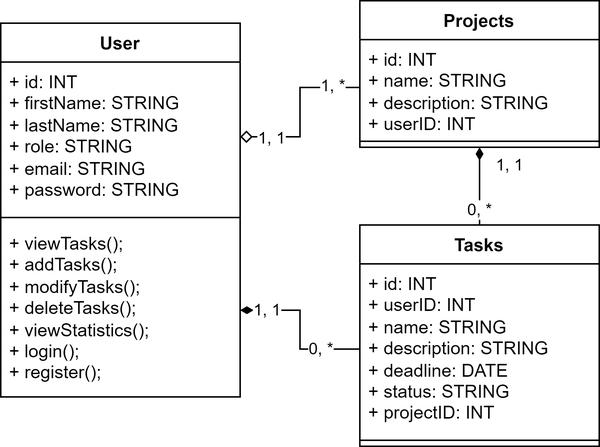
The draw.io diagram UML/diagramClass.png in SoufianeAbo/trelloware, before a commit. Source tidied: cells renumbered, new cells last; positions are measured from the earlier drawing's top-left corner, leaving out a move shared by most shapes.
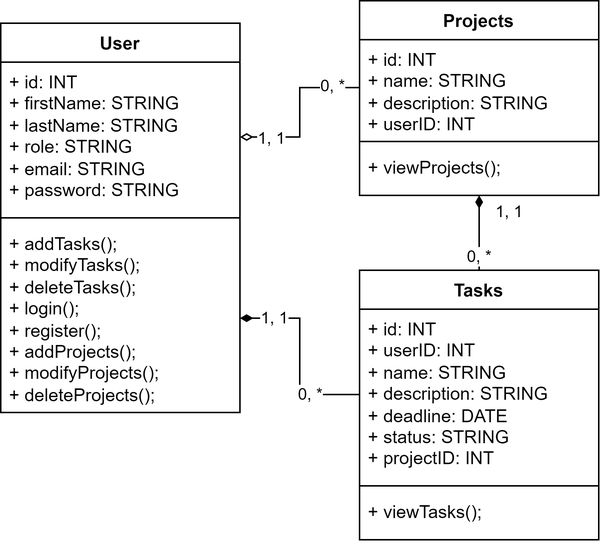
The same diagram one commit later.

Commit message:
update diagram of class, again

Diff of the diagram source:
```diff
@@ -3,7 +3,7 @@
     <mxCell id="0" />
     <mxCell id="1" parent="0" />
     <mxCell id="2" value="User" style="swimlane;fontStyle=1;align=center;verticalAlign=top;horizontal=1;startSize=26;whiteSpace=wrap;html=1;" parent="1" vertex="1">
-      <mxGeometry y="15" width="160" height="250" as="geometry" />
+      <mxGeometry y="15" width="160" height="260" as="geometry" />
     </mxCell>
     <mxCell id="3" value="+ id: INT&lt;br&gt;+ firstName: STRING&lt;br&gt;+ lastName: STRING&lt;br&gt;+ role: STRING&lt;br&gt;+ email: STRING&lt;br&gt;+ password: STRING" style="text;strokeColor=none;fillColor=none;align=left;verticalAlign=top;spacingLeft=4;spacingRight=4;overflow=hidden;points=[[0,0.5],[1,0.5]];portConstraint=eastwest;whiteSpace=wrap;html=1;" parent="2" vertex="1">
       <mxGeometry y="26" width="160" height="100" as="geometry" />
@@ -11,11 +11,11 @@
     <mxCell id="4" style="line;strokeWidth=1;fillColor=none;align=left;verticalAlign=middle;spacingTop=-1;spacingLeft=3;spacingRight=3;labelPosition=right;strokeColor=inherit;" parent="2" vertex="1">
       <mxGeometry y="126" width="160" height="8" as="geometry" />
     </mxCell>
-    <mxCell id="5" value="+ viewTasks();&lt;br&gt;+ addTasks();&lt;br&gt;+ modifyTasks();&lt;br&gt;+ deleteTasks();&lt;br&gt;+ viewStatistics();&lt;br&gt;+ login();&lt;br&gt;+ register();" style="text;strokeColor=none;fillColor=none;align=left;verticalAlign=top;spacingLeft=4;spacingRight=4;overflow=hidden;points=[[0,0.5],[1,0.5]];portConstraint=eastwest;whiteSpace=wrap;html=1;" parent="2" vertex="1">
-      <mxGeometry y="134" width="160" height="116" as="geometry" />
+    <mxCell id="5" value="+ addTasks();&lt;br&gt;+ modifyTasks();&lt;br&gt;+ deleteTasks();&lt;br&gt;+ login();&lt;br&gt;+ register();&lt;br&gt;+ addProjects();&lt;br&gt;+ modifyProjects();&lt;br&gt;+ deleteProjects();" style="text;strokeColor=none;fillColor=none;align=left;verticalAlign=top;spacingLeft=4;spacingRight=4;overflow=hidden;points=[[0,0.5],[1,0.5]];portConstraint=eastwest;whiteSpace=wrap;html=1;" parent="2" vertex="1">
+      <mxGeometry y="134" width="160" height="126" as="geometry" />
     </mxCell>
     <mxCell id="6" value="Tasks" style="swimlane;fontStyle=1;align=center;verticalAlign=top;horizontal=1;startSize=26;whiteSpace=wrap;html=1;" parent="1" vertex="1">
-      <mxGeometry x="240" y="150" width="160" height="148" as="geometry" />
+      <mxGeometry x="240" y="180" width="160" height="180" as="geometry" />
     </mxCell>
     <mxCell id="7" value="+ id: INT&lt;br&gt;+ userID: INT&lt;br&gt;+ name: STRING&lt;br&gt;+ description: STRING&lt;br&gt;+ deadline: DATE&lt;br&gt;+ status: STRING&lt;br&gt;+ projectID: INT" style="text;strokeColor=none;fillColor=none;align=left;verticalAlign=top;spacingLeft=4;spacingRight=4;overflow=hidden;points=[[0,0.5],[1,0.5]];portConstraint=eastwest;whiteSpace=wrap;html=1;" parent="6" vertex="1">
       <mxGeometry y="26" width="160" height="114" as="geometry" />
@@ -23,47 +23,53 @@
     <mxCell id="8" style="line;strokeWidth=1;fillColor=none;align=left;verticalAlign=middle;spacingTop=-1;spacingLeft=3;spacingRight=3;labelPosition=right;strokeColor=inherit;" parent="6" vertex="1">
       <mxGeometry y="140" width="160" height="8" as="geometry" />
     </mxCell>
-    <mxCell id="9" style="edgeStyle=orthogonalEdgeStyle;rounded=0;jettySize=auto;html=1;exitX=0.5;exitY=1;exitDx=0;exitDy=0;entryX=0.5;entryY=0;entryDx=0;entryDy=0;endArrow=none;endFill=0;startArrow=diamondThin;startFill=1;" parent="1" edge="1" source="12" target="6">
-      <mxGeometry relative="1" as="geometry" />
+    <mxCell id="9" value="+ viewTasks();" style="text;strokeColor=none;fillColor=none;align=left;verticalAlign=top;spacingLeft=4;spacingRight=4;overflow=hidden;whiteSpace=wrap;html=1;" parent="6" vertex="1">
+      <mxGeometry y="148" width="160" height="32" as="geometry" />
     </mxCell>
-    <mxCell id="10" value="0, *" style="edgeLabel;html=1;align=center;verticalAlign=middle;" parent="9" vertex="1">
-      <mxGeometry x="0.65" relative="1" as="geometry">
-        <mxPoint y="-1" as="offset" />
-      </mxGeometry>
+    <mxCell id="10" style="edgeStyle=orthogonalEdgeStyle;rounded=0;jettySize=auto;html=1;exitX=0.5;exitY=1;exitDx=0;exitDy=0;entryX=0.5;entryY=0;entryDx=0;entryDy=0;endArrow=none;endFill=0;startArrow=diamondThin;startFill=1;" parent="1" edge="1" source="13" target="6">
+      <mxGeometry relative="1" as="geometry" />
     </mxCell>
-    <mxCell id="11" value="1, 1" style="edgeLabel;html=1;align=center;verticalAlign=middle;" parent="9" vertex="1">
-      <mxGeometry x="-0.79" y="-2" relative="1" as="geometry">
-        <mxPoint x="22" y="6" as="offset" />
+    <mxCell id="11" value="0, *" style="edgeLabel;html=1;align=center;verticalAlign=middle;" parent="10" vertex="1">
+      <mxGeometry x="0.65" relative="1" as="geometry">
+        <mxPoint y="-1" as="offset" />
       </mxGeometry>
     </mxCell>
-    <mxCell id="12" value="Projects" style="swimlane;fontStyle=1;align=center;verticalAlign=top;horizontal=1;startSize=26;whiteSpace=wrap;html=1;" parent="1" vertex="1">
-      <mxGeometry x="240" width="160" height="98" as="geometry" />
+    <mxCell id="12" value="1, 1" style="edgeLabel;html=1;align=center;verticalAlign=middle;points=[];" parent="10" vertex="1">
+      <mxGeometry x="-0.79" y="-2" relative="1" as="geometry">
+        <mxPoint x="22" y="6" as="offset" />
+      </mxGeometry>
     </mxCell>
-    <mxCell id="13" value="+ id: INT&lt;br&gt;+ name: STRING&lt;br&gt;+ description: STRING&lt;br&gt;+ userID: INT" style="text;strokeColor=none;fillColor=none;align=left;verticalAlign=top;spacingLeft=4;spacingRight=4;overflow=hidden;points=[[0,0.5],[1,0.5]];portConstraint=eastwest;whiteSpace=wrap;html=1;" parent="12" vertex="1">
-      <mxGeometry y="26" width="160" height="64" as="geometry" />
+    <mxCell id="13" value="Projects" style="swimlane;fontStyle=1;align=center;verticalAlign=top;horizontal=1;startSize=26;whiteSpace=wrap;html=1;" parent="1" vertex="1">
+      <mxGeometry x="240" width="160" height="130" as="geometry" />
     </mxCell>
-    <mxCell id="14" style="line;strokeWidth=1;fillColor=none;align=left;verticalAlign=middle;spacingTop=-1;spacingLeft=3;spacingRight=3;labelPosition=right;points=[];portConstraint=eastwest;strokeColor=inherit;" parent="12" vertex="1">
-      <mxGeometry y="90" width="160" height="8" as="geometry" />
+    <mxCell id="14" value="+ id: INT&lt;br&gt;+ name: STRING&lt;br&gt;+ description: STRING&lt;br&gt;+ userID: INT" style="text;strokeColor=none;fillColor=none;align=left;verticalAlign=top;spacingLeft=4;spacingRight=4;overflow=hidden;points=[[0,0.5],[1,0.5]];portConstraint=eastwest;whiteSpace=wrap;html=1;" parent="13" vertex="1">
+      <mxGeometry y="26" width="160" height="64" as="geometry" />
     </mxCell>
-    <mxCell id="15" style="edgeStyle=orthogonalEdgeStyle;rounded=0;jettySize=auto;html=1;exitX=1;exitY=0.5;exitDx=0;exitDy=0;entryX=0;entryY=0.5;entryDx=0;entryDy=0;endArrow=none;endFill=0;startArrow=diamond;startFill=0;" parent="1" edge="1" source="3" target="13">
-      <mxGeometry relative="1" as="geometry" />
+    <mxCell id="15" style="line;strokeWidth=1;fillColor=none;align=left;verticalAlign=middle;spacingTop=-1;spacingLeft=3;spacingRight=3;labelPosition=right;strokeColor=inherit;" parent="13" vertex="1">
+      <mxGeometry y="90" width="160" height="8" as="geometry" />
     </mxCell>
-    <mxCell id="16" value="1, 1" style="edgeLabel;html=1;align=center;verticalAlign=middle;" parent="15" vertex="1">
-      <mxGeometry x="-0.63" y="-1" relative="1" as="geometry" />
+    <mxCell id="16" value="+ viewProjects();" style="text;strokeColor=none;fillColor=none;align=left;verticalAlign=top;spacingLeft=4;spacingRight=4;overflow=hidden;whiteSpace=wrap;html=1;" parent="13" vertex="1">
+      <mxGeometry y="98" width="160" height="32" as="geometry" />
     </mxCell>
-    <mxCell id="17" value="1, *" style="edgeLabel;html=1;align=center;verticalAlign=middle;" parent="15" vertex="1">
-      <mxGeometry x="0.68" y="-3" relative="1" as="geometry">
-        <mxPoint y="-4" as="offset" />
-      </mxGeometry>
+    <mxCell id="17" style="edgeStyle=orthogonalEdgeStyle;rounded=0;jettySize=auto;html=1;exitX=1;exitY=0.5;exitDx=0;exitDy=0;entryX=0;entryY=0.5;entryDx=0;entryDy=0;endArrow=none;endFill=0;startArrow=diamondThin;startFill=0;" parent="1" edge="1" source="3" target="14">
+      <mxGeometry relative="1" as="geometry" />
     </mxCell>
-    <mxCell id="18" style="edgeStyle=orthogonalEdgeStyle;rounded=0;jettySize=auto;html=1;endArrow=none;endFill=0;startArrow=diamondThin;startFill=1;" parent="1" edge="1" source="5" target="7">
-      <mxGeometry relative="1" as="geometry" />
+    <mxCell id="18" value="1, 1" style="edgeLabel;html=1;align=center;verticalAlign=middle;" parent="17" vertex="1">
+      <mxGeometry x="-0.63" y="-1" relative="1" as="geometry" />
     </mxCell>
-    <mxCell id="19" value="0, *" style="edgeLabel;html=1;align=center;verticalAlign=middle;" parent="18" vertex="1">
-      <mxGeometry x="0.49" relative="1" as="geometry" />
+    <mxCell id="19" value="0, *" style="edgeLabel;html=1;align=center;verticalAlign=middle;" parent="17" vertex="1">
+      <mxGeometry x="0.68" y="-3" relative="1" as="geometry">
+        <mxPoint y="-4" as="offset" />
+      </mxGeometry>
     </mxCell>
-    <mxCell id="20" value="1, 1" style="edgeLabel;html=1;align=center;verticalAlign=middle;" parent="18" vertex="1">
-      <mxGeometry x="-0.66" relative="1" as="geometry" />
+    <mxCell id="20" style="edgeStyle=orthogonalEdgeStyle;rounded=0;jettySize=auto;html=1;endArrow=none;endFill=0;startArrow=diamondThin;startFill=1;" parent="1" edge="1" source="5" target="7">
+      <mxGeometry relative="1" as="geometry" />
     </mxCell>
+    <mxCell id="21" value="0, *" style="edgeLabel;html=1;align=center;verticalAlign=middle;" parent="20" vertex="1">
+      <mxGeometry x="0.49" relative="1" as="geometry" />
+    </mxCell>
+    <mxCell id="22" value="1, 1" style="edgeLabel;html=1;align=center;verticalAlign=middle;" parent="20" vertex="1">
+      <mxGeometry x="-0.66" relative="1" as="geometry" />
+    </mxCell>
   </root>
 </mxGraphModel>
```
